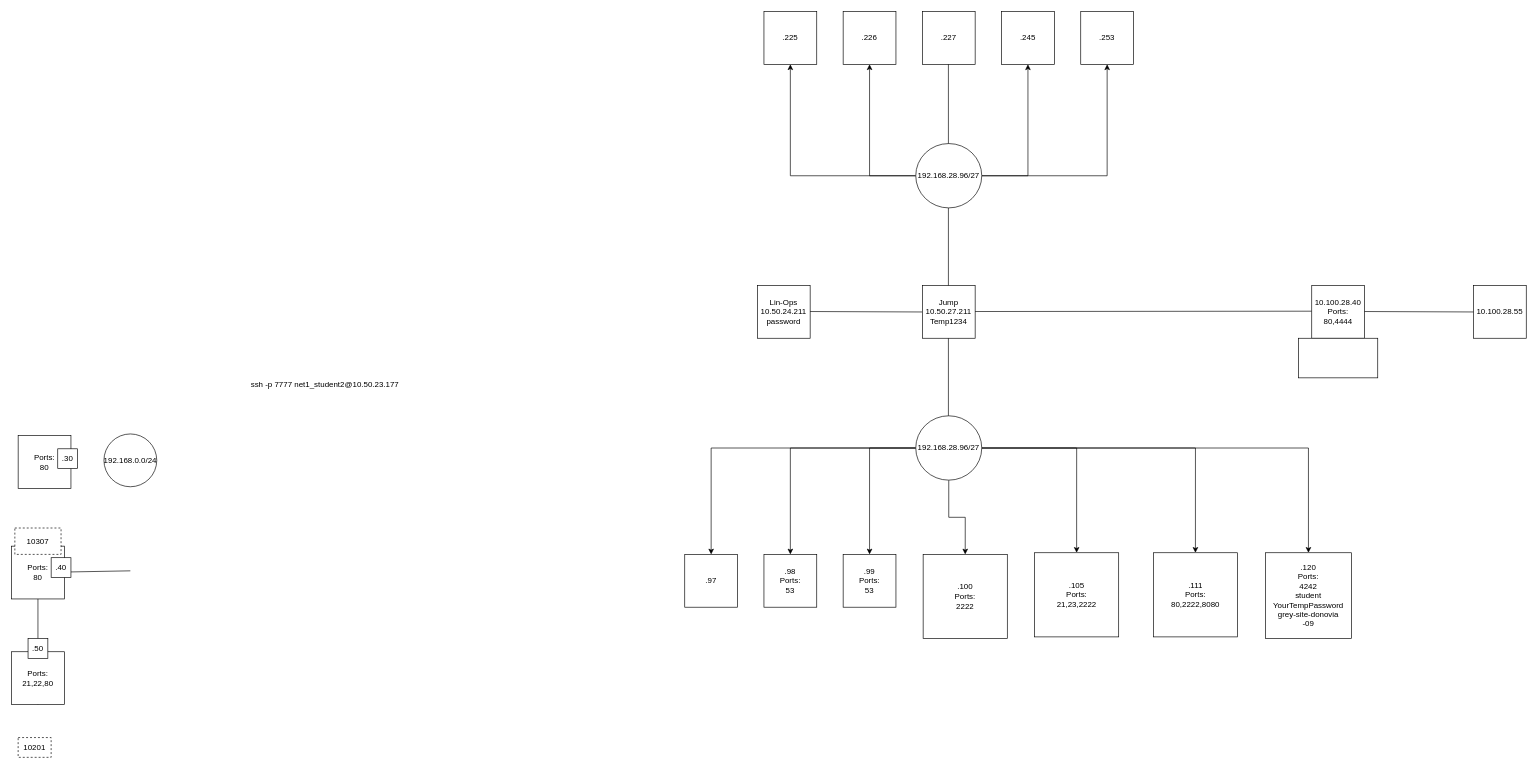
Above: Security_Map.drawio in AmericanFrench/BLOG (draw.io), before the change. Source tidied: cells renumbered, new cells numbered last; positions are measured from the earlier drawing's top-left corner, leaving out a move shared by most shapes. Both pictures are drawn from the tidied source at 66%, with x=0, y=0 at pixel (11, 11).
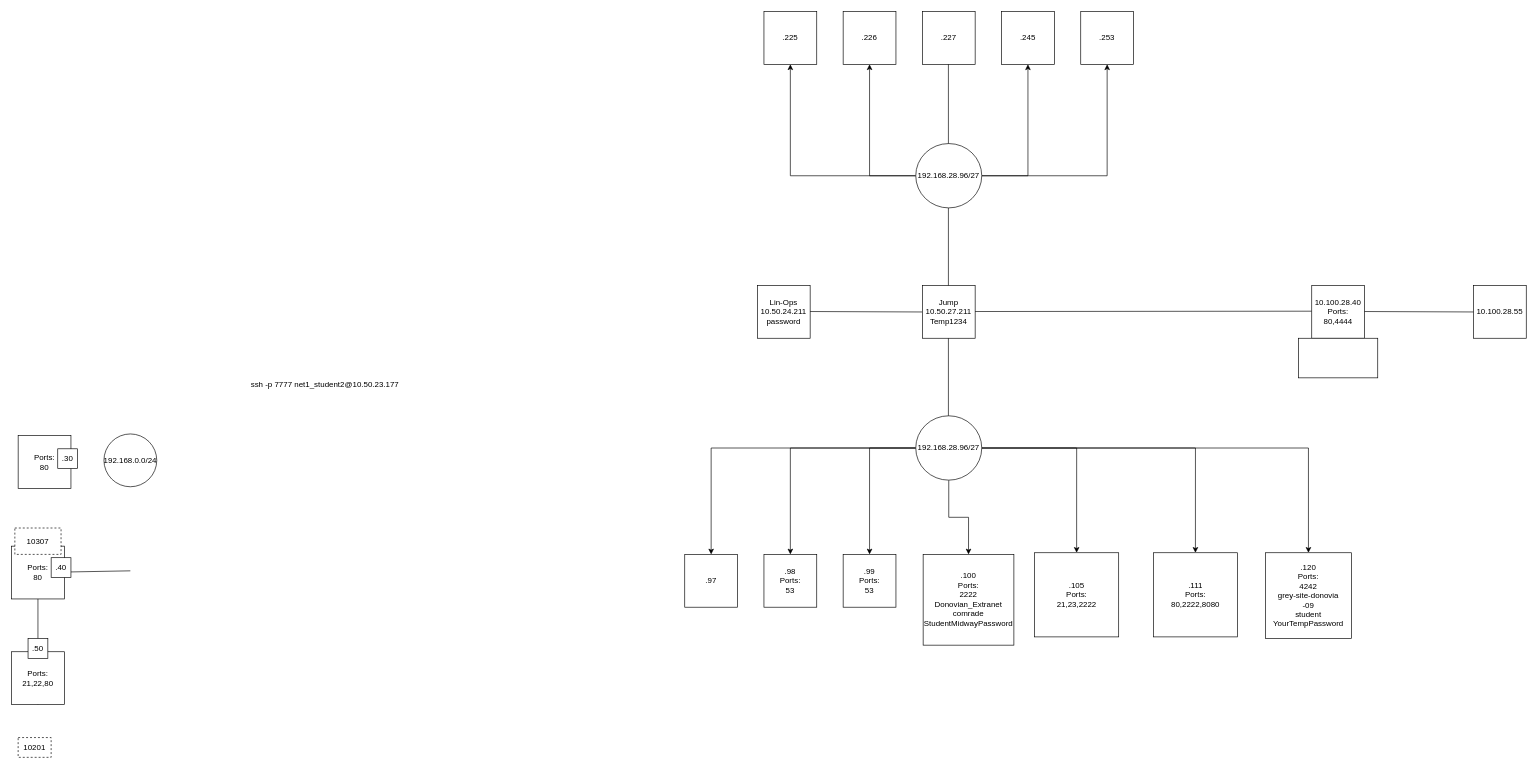
After the change.

Diff of the diagram source:
```diff
@@
-    <mxCell id="30" value="&lt;div&gt;.100&lt;/div&gt;&lt;div&gt;Ports:&lt;br&gt;&lt;/div&gt;2222" style="whiteSpace=wrap;html=1;" parent="1" vertex="1">
-      <mxGeometry x="1381.2" y="822.5" width="127.5" height="127.5" as="geometry" />
+    <mxCell id="30" value="&lt;div&gt;.100&lt;/div&gt;&lt;div&gt;Ports:&lt;br&gt;&lt;/div&gt;&lt;div&gt;2222&lt;/div&gt;&lt;div&gt;Donovian_Extranet&lt;/div&gt;&lt;div&gt;comrade&lt;/div&gt;&lt;div&gt;StudentMidwayPassword&lt;br&gt;&lt;/div&gt;" style="whiteSpace=wrap;html=1;" parent="1" vertex="1">
+      <mxGeometry x="1381.2" y="822.5" width="137.5" height="137.5" as="geometry" />
     </mxCell>
-    <mxCell id="31" value="&lt;div&gt;.120&lt;/div&gt;&lt;div&gt;Ports:&lt;/div&gt;&lt;div&gt;4242&lt;/div&gt;&lt;div&gt;student&lt;/div&gt;&lt;div&gt;YourTempPassword&lt;/div&gt;&lt;div&gt;grey-site-donovia&lt;br&gt;&lt;/div&gt;-09" style="whiteSpace=wrap;html=1;" parent="1" vertex="1">
+    <mxCell id="31" value="&lt;div&gt;.120&lt;/div&gt;&lt;div&gt;Ports:&lt;/div&gt;&lt;div&gt;4242&lt;/div&gt;&lt;div&gt;&lt;div&gt;grey-site-donovia&lt;br&gt;&lt;/div&gt;-09&lt;/div&gt;&lt;div&gt;student&lt;/div&gt;&lt;div&gt;YourTempPassword&lt;/div&gt;" style="whiteSpace=wrap;html=1;" parent="1" vertex="1">
       <mxGeometry x="1900" y="820" width="130" height="130" as="geometry" />
     </mxCell>
```
